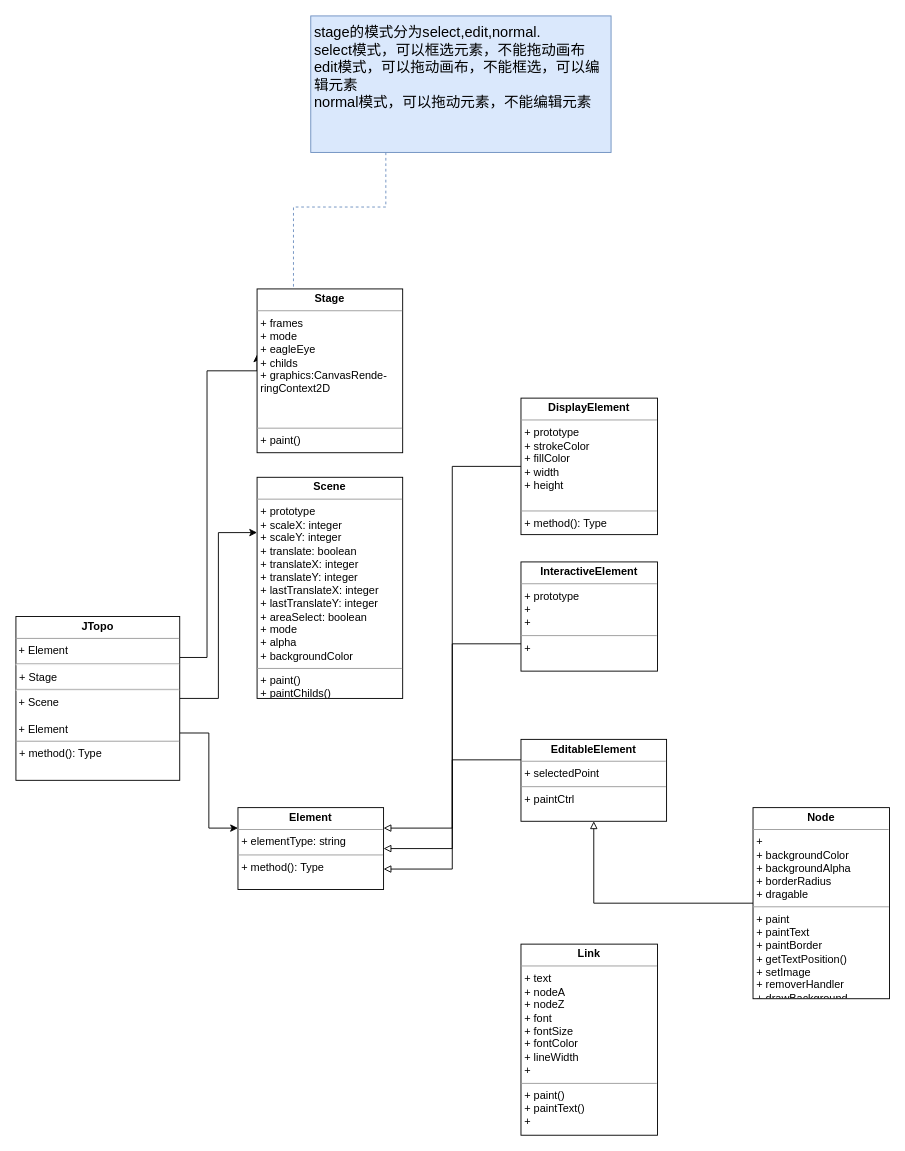
Before: Jtopo.drawio in waterwatermelon/graph, a draw.io diagram. Source tidied: cells renumbered, new cells numbered last; positions are measured from the earlier drawing's top-left corner, leaving out a move shared by most shapes. Both pictures are drawn from the tidied source at 91%, with x=0, y=0 at pixel (15, 15).
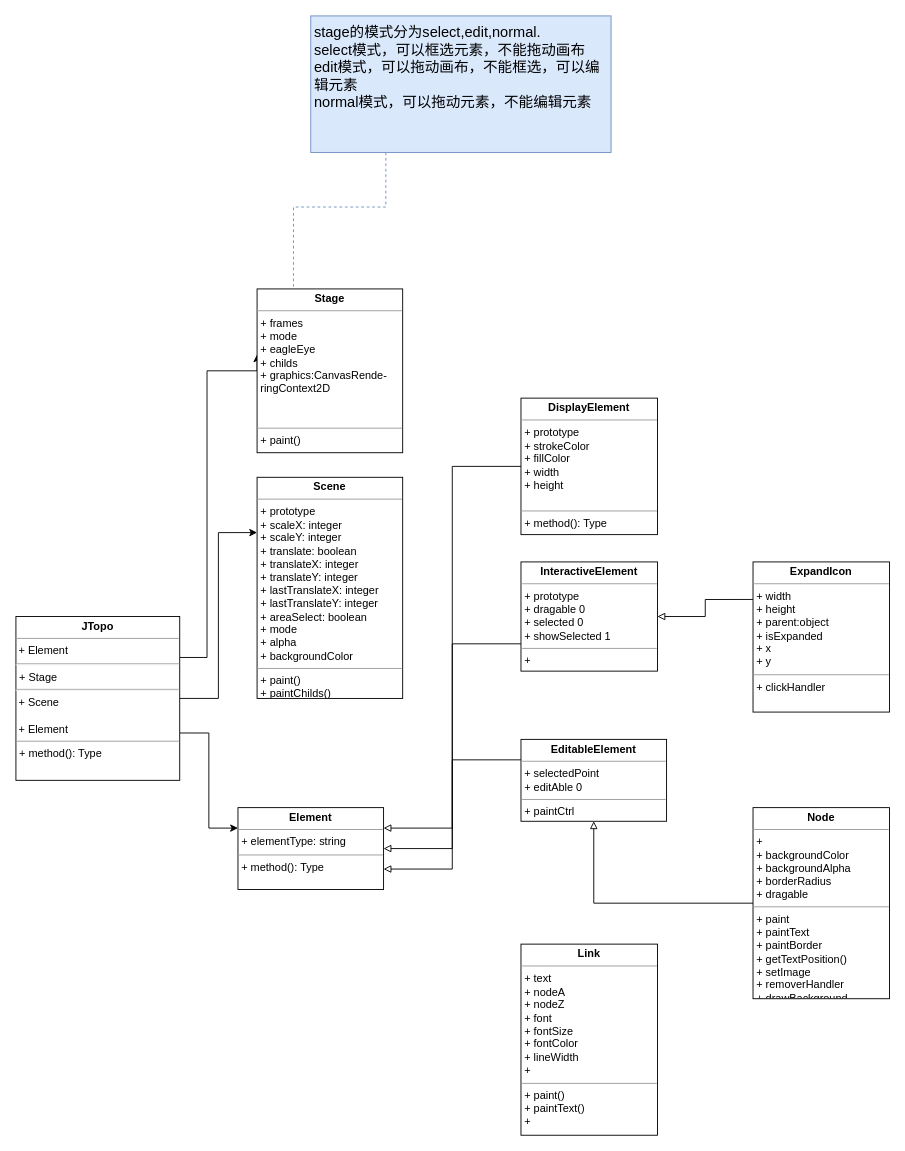
Above is the later version.

What changed in the source:
```diff
@@
-    <mxCell id="11" value="&lt;p style=&quot;margin: 0px ; margin-top: 4px ; text-align: center&quot;&gt;&lt;b&gt;InteractiveElement&lt;/b&gt;&lt;/p&gt;&lt;hr size=&quot;1&quot;&gt;&lt;p style=&quot;margin: 0px ; margin-left: 4px&quot;&gt;+ prototype&lt;/p&gt;&lt;p style=&quot;margin: 0px ; margin-left: 4px&quot;&gt;+&amp;nbsp;&lt;/p&gt;&lt;p style=&quot;margin: 0px ; margin-left: 4px&quot;&gt;+&amp;nbsp;&lt;/p&gt;&lt;hr size=&quot;1&quot;&gt;&lt;p style=&quot;margin: 0px ; margin-left: 4px&quot;&gt;+&amp;nbsp;&lt;/p&gt;" style="verticalAlign=top;align=left;overflow=fill;fontSize=12;fontFamily=Helvetica;html=1;" parent="1" vertex="1">
+    <mxCell id="11" value="&lt;p style=&quot;margin: 0px ; margin-top: 4px ; text-align: center&quot;&gt;&lt;b&gt;InteractiveElement&lt;/b&gt;&lt;/p&gt;&lt;hr size=&quot;1&quot;&gt;&lt;p style=&quot;margin: 0px ; margin-left: 4px&quot;&gt;+ prototype&lt;/p&gt;&lt;p style=&quot;margin: 0px ; margin-left: 4px&quot;&gt;+ dragable 0&lt;/p&gt;&lt;p style=&quot;margin: 0px ; margin-left: 4px&quot;&gt;+ selected 0&lt;/p&gt;&lt;p style=&quot;margin: 0px ; margin-left: 4px&quot;&gt;+ showSelected 1&lt;/p&gt;&lt;hr size=&quot;1&quot;&gt;&lt;p style=&quot;margin: 0px ; margin-left: 4px&quot;&gt;+&amp;nbsp;&lt;/p&gt;" style="verticalAlign=top;align=left;overflow=fill;fontSize=12;fontFamily=Helvetica;html=1;" parent="1" vertex="1">
       <mxGeometry x="555" y="600" width="150" height="120" as="geometry" />
     </mxCell>
@@
-    <mxCell id="15" value="&lt;p style=&quot;margin: 0px ; margin-top: 4px ; text-align: center&quot;&gt;&lt;b&gt;EditableElement&lt;/b&gt;&lt;/p&gt;&lt;hr size=&quot;1&quot;&gt;&lt;p style=&quot;margin: 0px ; margin-left: 4px&quot;&gt;+ selectedPoint&lt;/p&gt;&lt;hr size=&quot;1&quot;&gt;&lt;p style=&quot;margin: 0px ; margin-left: 4px&quot;&gt;+ paintCtrl&amp;nbsp;&lt;/p&gt;" style="verticalAlign=top;align=left;overflow=fill;fontSize=12;fontFamily=Helvetica;html=1;" parent="1" vertex="1">
+    <mxCell id="15" value="&lt;p style=&quot;margin: 0px ; margin-top: 4px ; text-align: center&quot;&gt;&lt;b&gt;EditableElement&lt;/b&gt;&lt;/p&gt;&lt;hr size=&quot;1&quot;&gt;&lt;p style=&quot;margin: 0px ; margin-left: 4px&quot;&gt;+ selectedPoint&lt;/p&gt;&lt;p style=&quot;margin: 0px ; margin-left: 4px&quot;&gt;+ editAble 0&lt;/p&gt;&lt;hr size=&quot;1&quot;&gt;&lt;p style=&quot;margin: 0px ; margin-left: 4px&quot;&gt;+ paintCtrl&amp;nbsp;&lt;/p&gt;" style="verticalAlign=top;align=left;overflow=fill;fontSize=12;fontFamily=Helvetica;html=1;" parent="1" vertex="1">
       <mxGeometry x="555" y="795" width="160" height="90" as="geometry" />
     </mxCell>
@@
+    <mxCell id="20" style="edgeStyle=orthogonalEdgeStyle;rounded=0;jettySize=auto;html=1;exitX=0;exitY=0.25;exitDx=0;exitDy=0;endArrow=block;endFill=0;" parent="1" edge="1" source="21" target="11">
+      <mxGeometry relative="1" as="geometry" />
+    </mxCell>
+    <mxCell id="21" value="&lt;p style=&quot;margin: 0px ; margin-top: 4px ; text-align: center&quot;&gt;&lt;b&gt;ExpandIcon&lt;/b&gt;&lt;/p&gt;&lt;hr size=&quot;1&quot;&gt;&lt;p style=&quot;margin: 0px ; margin-left: 4px&quot;&gt;+ width&lt;/p&gt;&lt;p style=&quot;margin: 0px ; margin-left: 4px&quot;&gt;+ height&lt;/p&gt;&lt;p style=&quot;margin: 0px ; margin-left: 4px&quot;&gt;+ parent:object&lt;br&gt;&lt;/p&gt;&lt;p style=&quot;margin: 0px ; margin-left: 4px&quot;&gt;+ isExpanded&lt;/p&gt;&lt;p style=&quot;margin: 0px ; margin-left: 4px&quot;&gt;+ x&lt;/p&gt;&lt;p style=&quot;margin: 0px ; margin-left: 4px&quot;&gt;+ y&lt;/p&gt;&lt;hr size=&quot;1&quot;&gt;&lt;p style=&quot;margin: 0px ; margin-left: 4px&quot;&gt;+ clickHandler&lt;/p&gt;" style="verticalAlign=top;align=left;overflow=fill;fontSize=12;fontFamily=Helvetica;html=1;" parent="1" vertex="1">
+      <mxGeometry x="810" y="600" width="150" height="165" as="geometry" />
+    </mxCell>
```
